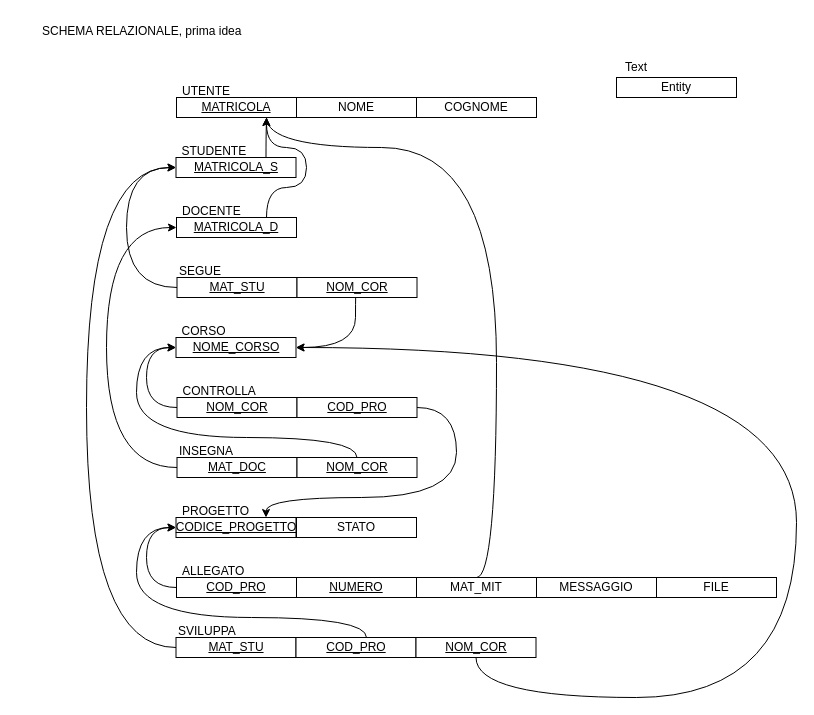
This is page "SCHEMA RELAZIONALE V2" (4 of 5) of prisa_eer.drawio from Cippo95/prisa, a draw.io file, before an edit. Source tidied: cells renumbered, new cells numbered last; positions are measured from the earlier drawing's top-left corner, leaving out a move shared by most shapes. Both pictures are drawn from the tidied source at 100%, with x=0, y=0 at pixel (36, 17).
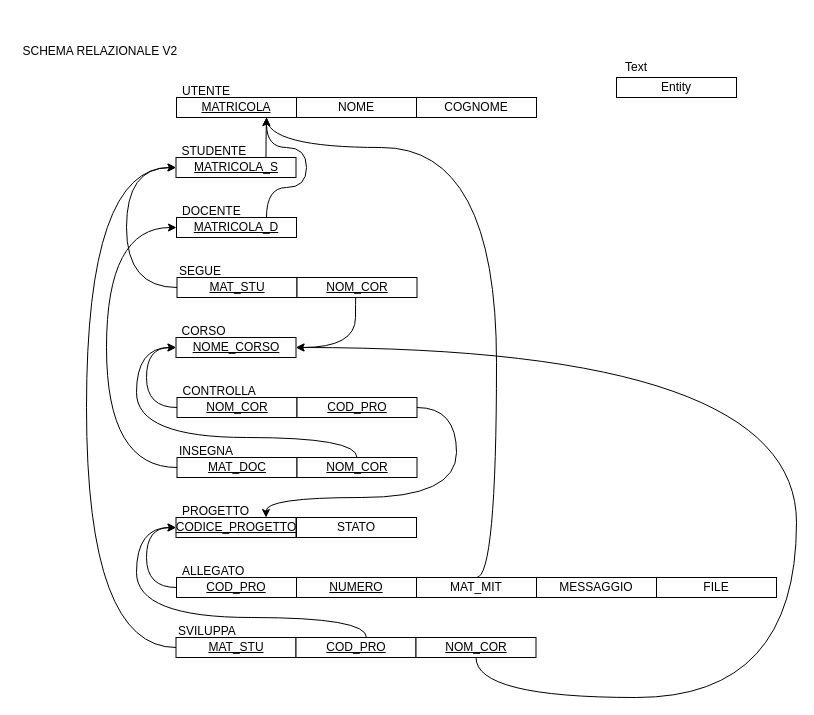
Above is the later version.

The edit, as a diff of the source:
```diff
@@
-    <mxCell id="18" value="SCHEMA RELAZIONALE, prima idea&#10;&#10;" style="text;strokeColor=none;fillColor=none;spacingLeft=4;spacingRight=4;overflow=hidden;fontSize=12;" parent="1" vertex="1">
-      <mxGeometry width="210" height="20" as="geometry" />
+    <mxCell id="18" value="SCHEMA RELAZIONALE V2" style="text;strokeColor=none;fillColor=none;spacingLeft=4;spacingRight=4;overflow=hidden;fontSize=12;" parent="1" vertex="1">
+      <mxGeometry x="-19.5" y="20" width="210" height="20" as="geometry" />
     </mxCell>
```
